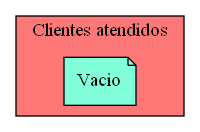
The Graphviz diagram Simple_Clients_Served.png in Serch-ING/EDD_UDRAWING_202000119, before a commit. Its source is kept beside it as Simple_Clients_Served.dot.
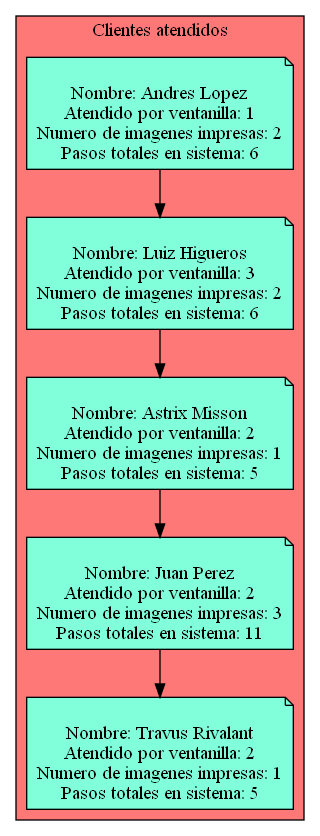
Above is the later version.

The edit, as a diff of the source:
```diff
@@ -3,6 +3,33 @@
 subgraph cluster_p{
     label= " Clientes atendidos "
     bgcolor = "#FF7878"
-Nodo1008925772[label="Vacio",fillcolor="#81FFDA"]
-
+Nodo365181913[label="
+Nombre: Andres Lopez
+Atendido por ventanilla: 1
+Numero de imagenes impresas: 2
+Pasos totales en sistema: 6",fillcolor="#81FFDA"]
+Nodo875016237[label="
+Nombre: Luiz Higueros
+Atendido por ventanilla: 3
+Numero de imagenes impresas: 2
+Pasos totales en sistema: 6",fillcolor="#81FFDA"]
+Nodo49752459[label="
+Nombre: Astrix Misson
+Atendido por ventanilla: 2
+Numero de imagenes impresas: 1
+Pasos totales en sistema: 5",fillcolor="#81FFDA"]
+Nodo1125736023[label="
+Nombre: Juan Perez
+Atendido por ventanilla: 2
+Numero de imagenes impresas: 3
+Pasos totales en sistema: 11",fillcolor="#81FFDA"]
+Nodo1076607567[label="
+Nombre: Travus Rivalant
+Atendido por ventanilla: 2
+Numero de imagenes impresas: 1
+Pasos totales en sistema: 5",fillcolor="#81FFDA"]
+Nodo365181913 -> Nodo875016237
+Nodo875016237 -> Nodo49752459
+Nodo49752459 -> Nodo1125736023
+Nodo1125736023 -> Nodo1076607567
 }}
```
